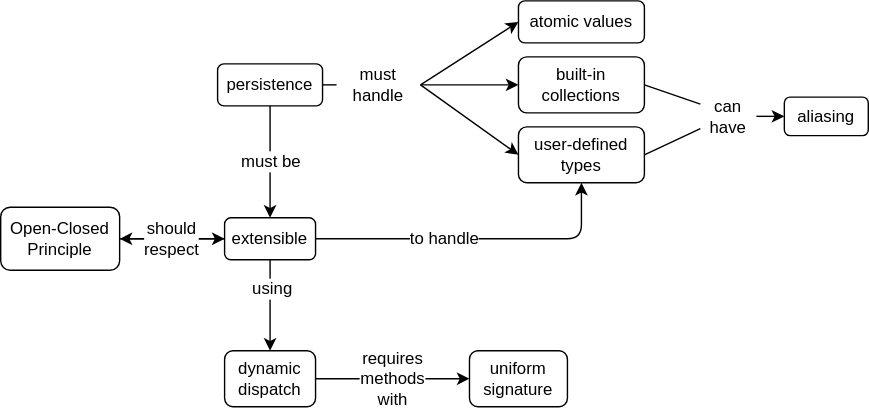
The draw.io diagram sdxpy/persist/concept_map.svg in gvwilson/thirdbit, before a commit. Source tidied: cells renumbered, new cells last; positions are measured from the earlier drawing's top-left corner, leaving out a move shared by most shapes.
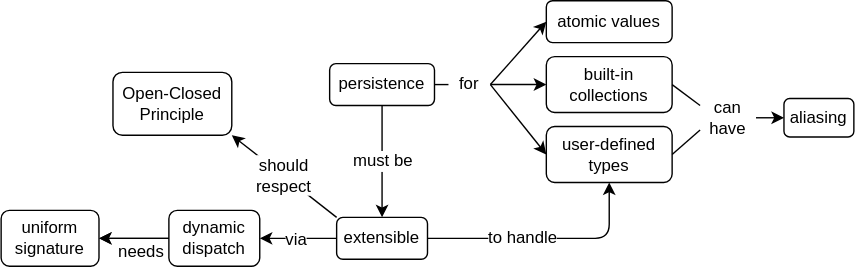
Later version of the same file.

What changed in the source:
```diff
@@ -3,7 +3,7 @@
     <mxCell id="0" />
     <mxCell id="1" parent="0" />
     <mxCell id="2" value="persistence" style="rounded=1;whiteSpace=wrap;html=1;hachureGap=4;fontFamily=Helvetica;fontSize=12;fillColor=none;" parent="1" vertex="1">
-      <mxGeometry x="155" y="45" width="75" height="30" as="geometry" />
+      <mxGeometry x="215" y="45" width="75" height="30" as="geometry" />
     </mxCell>
     <mxCell id="3" value="atomic values" style="rounded=1;whiteSpace=wrap;html=1;hachureGap=4;fontFamily=Helvetica;fontSize=12;fillColor=none;" parent="1" vertex="1">
       <mxGeometry x="370" width="90" height="30" as="geometry" />
@@ -15,22 +15,22 @@
       <mxGeometry x="370" y="90" width="90" height="40" as="geometry" />
     </mxCell>
     <mxCell id="6" value="aliasing" style="rounded=1;whiteSpace=wrap;html=1;hachureGap=4;fontFamily=Helvetica;fontSize=12;fillColor=none;" parent="1" vertex="1">
-      <mxGeometry x="560" y="68.8" width="60" height="27.5" as="geometry" />
+      <mxGeometry x="540" y="70" width="50" height="27.5" as="geometry" />
     </mxCell>
     <mxCell id="7" value="extensible" style="rounded=1;whiteSpace=wrap;html=1;hachureGap=4;fontFamily=Helvetica;fontSize=12;fillColor=none;" parent="1" vertex="1">
-      <mxGeometry x="160" y="155" width="65" height="30" as="geometry" />
+      <mxGeometry x="220" y="155" width="65" height="30" as="geometry" />
     </mxCell>
-    <mxCell id="8" style="edgeStyle=orthogonalEdgeStyle;rounded=0;sketch=0;jettySize=auto;html=1;fontFamily=Helvetica;fontSize=12;" parent="1" edge="1" source="9" target="7">
-      <mxGeometry relative="1" as="geometry" />
-    </mxCell>
     <mxCell id="9" value="Open-Closed Principle" style="rounded=1;whiteSpace=wrap;html=1;hachureGap=4;fontFamily=Helvetica;fontSize=12;fillColor=none;" parent="1" vertex="1">
-      <mxGeometry y="147.5" width="85" height="45" as="geometry" />
+      <mxGeometry x="60" y="51.2" width="85" height="45" as="geometry" />
     </mxCell>
+    <mxCell id="27" style="edgeStyle=orthogonalEdgeStyle;rounded=0;jettySize=auto;html=1;" parent="1" edge="1" source="10" target="11">
+      <mxGeometry relative="1" as="geometry" />
+    </mxCell>
     <mxCell id="10" value="dynamic dispatch" style="rounded=1;whiteSpace=wrap;html=1;hachureGap=4;fontFamily=Helvetica;fontSize=12;fillColor=none;" parent="1" vertex="1">
-      <mxGeometry x="160" y="250" width="65" height="40" as="geometry" />
+      <mxGeometry x="100" y="150" width="65" height="40" as="geometry" />
     </mxCell>
     <mxCell id="11" value="uniform signature" style="rounded=1;whiteSpace=wrap;html=1;hachureGap=4;fontFamily=Helvetica;fontSize=12;fillColor=none;" parent="1" vertex="1">
-      <mxGeometry x="335" y="250" width="70" height="40" as="geometry" />
+      <mxGeometry x="-20" y="150" width="70" height="40" as="geometry" />
     </mxCell>
     <mxCell id="12" value="must be" style="endArrow=classic;html=1;rounded=1;hachureGap=4;fontFamily=Helvetica;fontSize=12;startSize=6;endSize=6;sourcePerimeterSpacing=0;targetPerimeterSpacing=0;exitX=0.5;exitY=1;exitDx=0;exitDy=0;entryX=0.5;entryY=0;entryDx=0;entryDy=0;" parent="1" edge="1" source="2" target="7">
       <mxGeometry relative="1" as="geometry" />
@@ -42,8 +42,8 @@
         </Array>
       </mxGeometry>
     </mxCell>
-    <mxCell id="14" value="must handle" style="text;html=1;strokeColor=none;fillColor=none;align=center;verticalAlign=middle;whiteSpace=wrap;rounded=0;sketch=1;hachureGap=4;fontFamily=Helvetica;fontSize=12;" parent="1" vertex="1">
-      <mxGeometry x="240" y="40" width="60" height="40" as="geometry" />
+    <mxCell id="14" value="for" style="text;html=1;strokeColor=none;fillColor=none;align=center;verticalAlign=middle;whiteSpace=wrap;rounded=0;sketch=1;hachureGap=4;fontFamily=Helvetica;fontSize=12;" parent="1" vertex="1">
+      <mxGeometry x="300" y="40" width="30" height="40" as="geometry" />
     </mxCell>
     <mxCell id="15" style="endArrow=none;html=1;rounded=1;hachureGap=4;fontFamily=Helvetica;fontSize=12;startSize=14;endSize=14;sourcePerimeterSpacing=8;targetPerimeterSpacing=8;entryX=0;entryY=0.5;entryDx=0;entryDy=0;exitX=1;exitY=0.5;exitDx=0;exitDy=0;" parent="1" edge="1" source="2" target="14">
       <mxGeometry relative="1" as="geometry" />
@@ -58,7 +58,7 @@
       <mxGeometry relative="1" as="geometry" />
     </mxCell>
     <mxCell id="19" value="can&lt;br&gt;have" style="text;html=1;strokeColor=none;fillColor=none;align=center;verticalAlign=middle;whiteSpace=wrap;rounded=0;sketch=1;hachureGap=4;fontFamily=Helvetica;fontSize=12;" parent="1" vertex="1">
-      <mxGeometry x="500" y="65" width="40" height="35" as="geometry" />
+      <mxGeometry x="480" y="66.2" width="40" height="35" as="geometry" />
     </mxCell>
     <mxCell id="20" style="endArrow=classic;html=1;rounded=1;hachureGap=4;fontFamily=Helvetica;fontSize=12;startSize=6;endSize=6;sourcePerimeterSpacing=0;targetPerimeterSpacing=0;entryX=0;entryY=0.5;entryDx=0;entryDy=0;exitX=1;exitY=0.5;exitDx=0;exitDy=0;endFill=1;" parent="1" edge="1" source="19" target="6">
       <mxGeometry relative="1" as="geometry" />
@@ -69,17 +69,19 @@
     <mxCell id="22" style="endArrow=none;html=1;rounded=1;hachureGap=4;fontFamily=Helvetica;fontSize=12;startSize=14;endSize=14;sourcePerimeterSpacing=8;targetPerimeterSpacing=8;exitX=1;exitY=0.5;exitDx=0;exitDy=0;entryX=0;entryY=0.75;entryDx=0;entryDy=0;" parent="1" edge="1" source="5" target="19">
       <mxGeometry relative="1" as="geometry" />
     </mxCell>
-    <mxCell id="23" value="should&lt;br style=&quot;font-size: 12px;&quot;&gt;respect" style="endArrow=classic;html=1;rounded=1;hachureGap=4;fontFamily=Helvetica;fontSize=12;startSize=6;endSize=6;sourcePerimeterSpacing=0;targetPerimeterSpacing=0;entryX=1;entryY=0.5;entryDx=0;entryDy=0;exitX=0;exitY=0.5;exitDx=0;exitDy=0;" parent="1" edge="1" source="7" target="9">
+    <mxCell id="23" value="should&lt;br style=&quot;font-size: 12px;&quot;&gt;respect" style="endArrow=classic;html=1;rounded=1;hachureGap=4;fontFamily=Helvetica;fontSize=12;startSize=6;endSize=6;sourcePerimeterSpacing=0;targetPerimeterSpacing=0;entryX=1;entryY=1;entryDx=0;entryDy=0;exitX=0;exitY=0;exitDx=0;exitDy=0;" parent="1" edge="1" source="7" target="9">
       <mxGeometry relative="1" as="geometry" />
     </mxCell>
-    <mxCell id="24" style="endArrow=classic;html=1;rounded=1;hachureGap=4;fontFamily=Helvetica;fontSize=12;startSize=6;endSize=6;sourcePerimeterSpacing=0;targetPerimeterSpacing=0;entryX=0.5;entryY=0;entryDx=0;entryDy=0;exitX=0.5;exitY=1;exitDx=0;exitDy=0;" parent="1" edge="1" source="7" target="10">
+    <mxCell id="24" style="endArrow=classic;html=1;rounded=1;hachureGap=4;fontFamily=Helvetica;fontSize=12;startSize=6;endSize=6;sourcePerimeterSpacing=0;targetPerimeterSpacing=0;entryX=1;entryY=0.5;entryDx=0;entryDy=0;exitX=0;exitY=0.5;exitDx=0;exitDy=0;" parent="1" edge="1" source="7" target="10">
       <mxGeometry relative="1" as="geometry" />
     </mxCell>
-    <mxCell id="25" value="using" style="edgeLabel;html=1;align=center;verticalAlign=middle;fontSize=12;fontFamily=Helvetica;" parent="24" vertex="1">
-      <mxGeometry x="-0.4" y="1" relative="1" as="geometry" />
+    <mxCell id="25" value="via" style="edgeLabel;html=1;align=center;verticalAlign=middle;fontSize=12;fontFamily=Helvetica;" parent="24" vertex="1">
+      <mxGeometry x="-0.4" y="1" relative="1" as="geometry">
+        <mxPoint x="-13" y="-1" as="offset" />
+      </mxGeometry>
     </mxCell>
-    <mxCell id="26" value="requires&lt;br style=&quot;font-size: 12px;&quot;&gt;methods&lt;br style=&quot;font-size: 12px;&quot;&gt;with" style="endArrow=classic;html=1;rounded=1;hachureGap=4;fontFamily=Helvetica;fontSize=12;startSize=6;endSize=6;sourcePerimeterSpacing=0;targetPerimeterSpacing=0;entryX=0;entryY=0.5;entryDx=0;entryDy=0;exitX=1;exitY=0.5;exitDx=0;exitDy=0;" parent="1" edge="1" source="10" target="11">
-      <mxGeometry x="0.01" relative="1" as="geometry" />
+    <mxCell id="26" value="needs" style="endArrow=classic;html=1;rounded=1;hachureGap=4;fontFamily=Helvetica;fontSize=12;startSize=6;endSize=6;sourcePerimeterSpacing=0;targetPerimeterSpacing=0;exitX=0;exitY=0.5;exitDx=0;exitDy=0;entryX=1;entryY=0.5;entryDx=0;entryDy=0;" parent="1" edge="1" source="10" target="11">
+      <mxGeometry x="-0.2" y="10" relative="1" as="geometry" />
     </mxCell>
   </root>
 </mxGraphModel>
```
